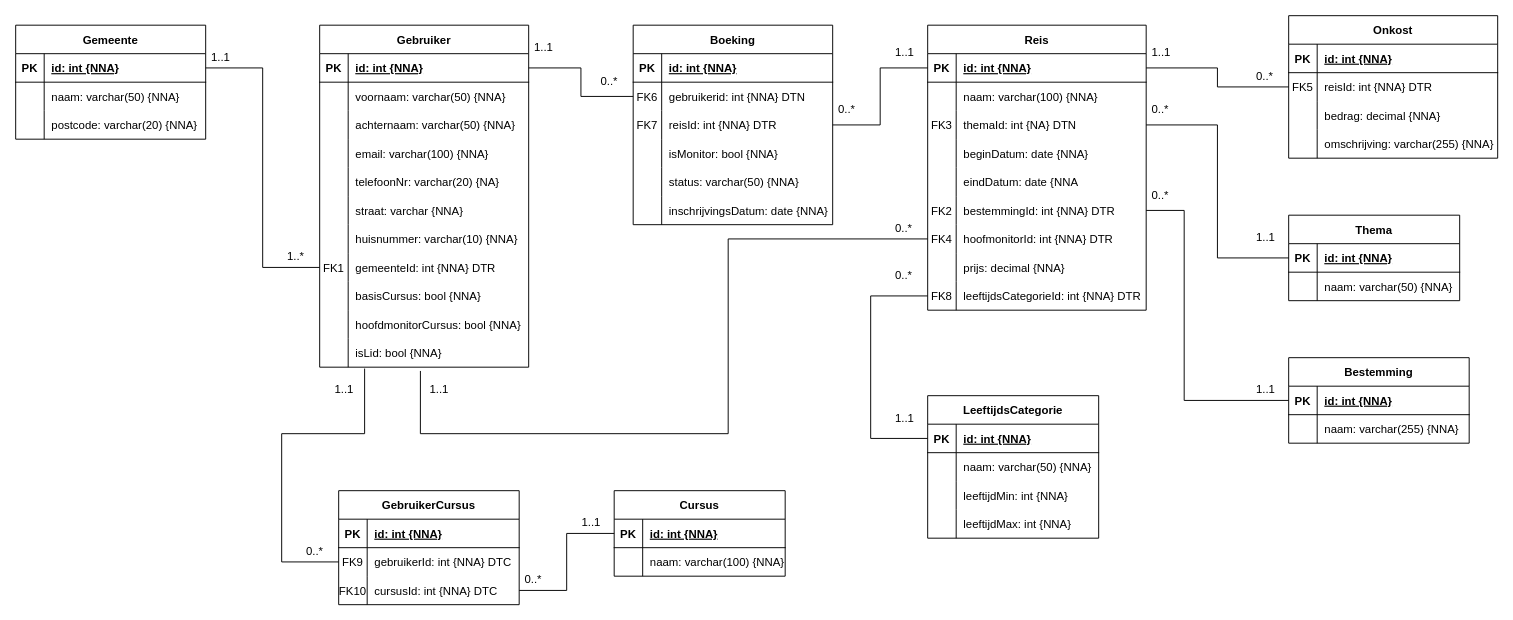
Above: Reisplanningsysteem.drawio in GillesLag/Reisplanningsysteem (draw.io), before the change. Source tidied: cells renumbered, new cells numbered last; positions are measured from the earlier drawing's top-left corner, leaving out a move shared by most shapes. Both pictures are drawn from the tidied source at 95%, with x=0, y=0 at pixel (15, 15).
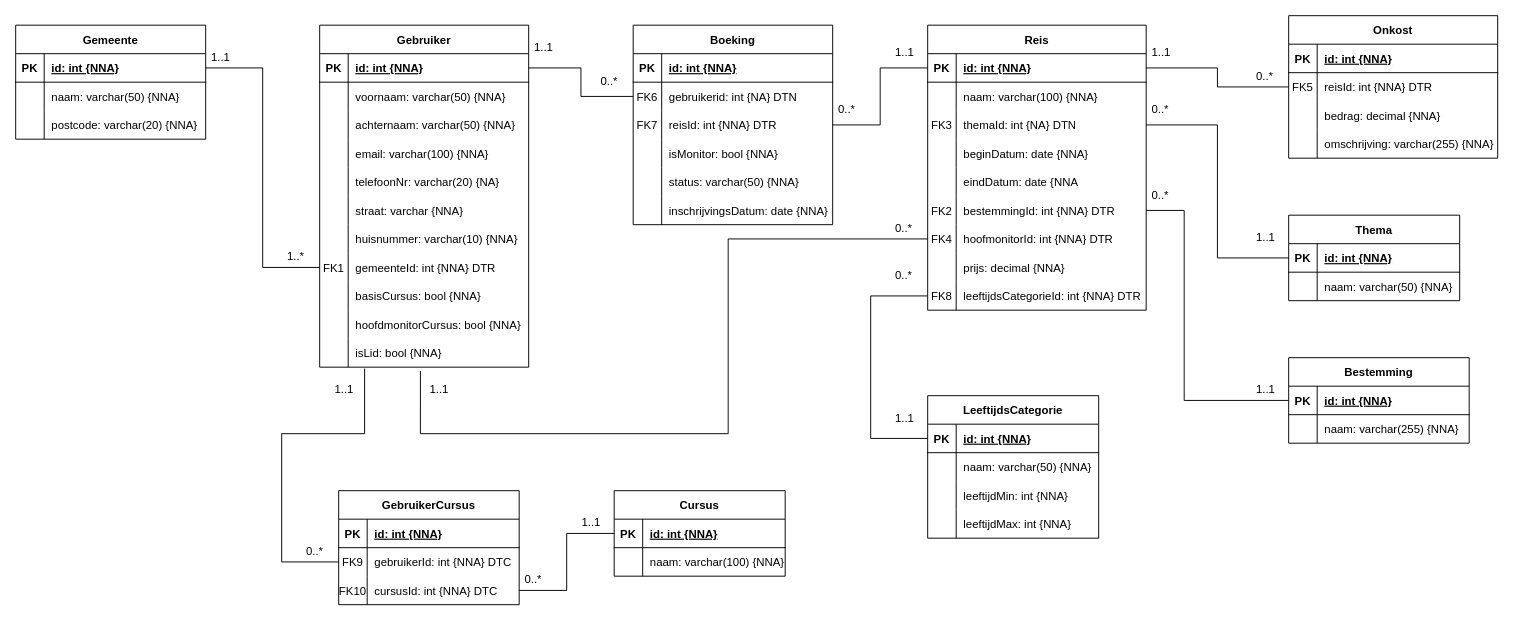
After the change.

The change refers to these unchanged cells:
```xml
<mxCell id="68" style="shape=tableRow;horizontal=0;startSize=0;swimlaneHead=0;swimlaneBody=0;fillColor=none;points=[[0,0.5],[1,0.5]];portConstraint=eastwest;top=0;left=0;right=0;bottom=0;" parent="64" vertex="1">
  <mxGeometry y="60" width="210" height="30" as="geometry" />
</mxCell>
```

Change to the diagram source:
```diff
@@
-    <mxCell id="70" value="gebruikerid: int {NNA} DTN" style="shape=partialRectangle;fillColor=none;top=0;left=0;bottom=0;right=0;align=left;spacingLeft=6;overflow=hidden;" parent="68" vertex="1">
+    <mxCell id="70" value="gebruikerid: int {NA} DTN" style="shape=partialRectangle;fillColor=none;top=0;left=0;bottom=0;right=0;align=left;spacingLeft=6;overflow=hidden;" parent="68" vertex="1">
       <mxGeometry x="30" width="180" height="30" as="geometry" />
     </mxCell>
```
